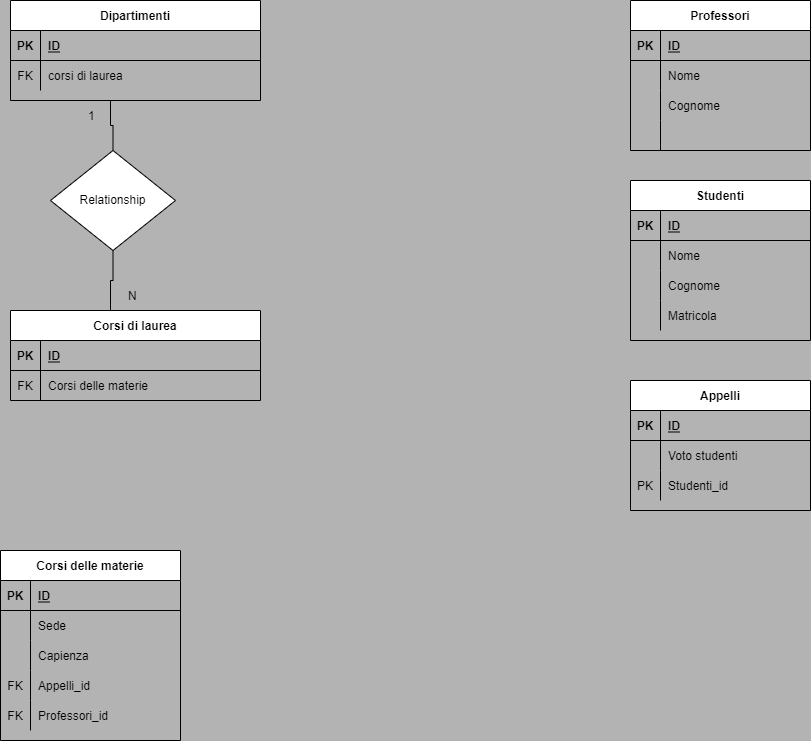
The draw.io diagram db-university.drawio.png in RosarioMazzocca/db-university, before a commit. Source tidied: cells renumbered, new cells last; positions are measured from the earlier drawing's top-left corner, leaving out a move shared by most shapes.
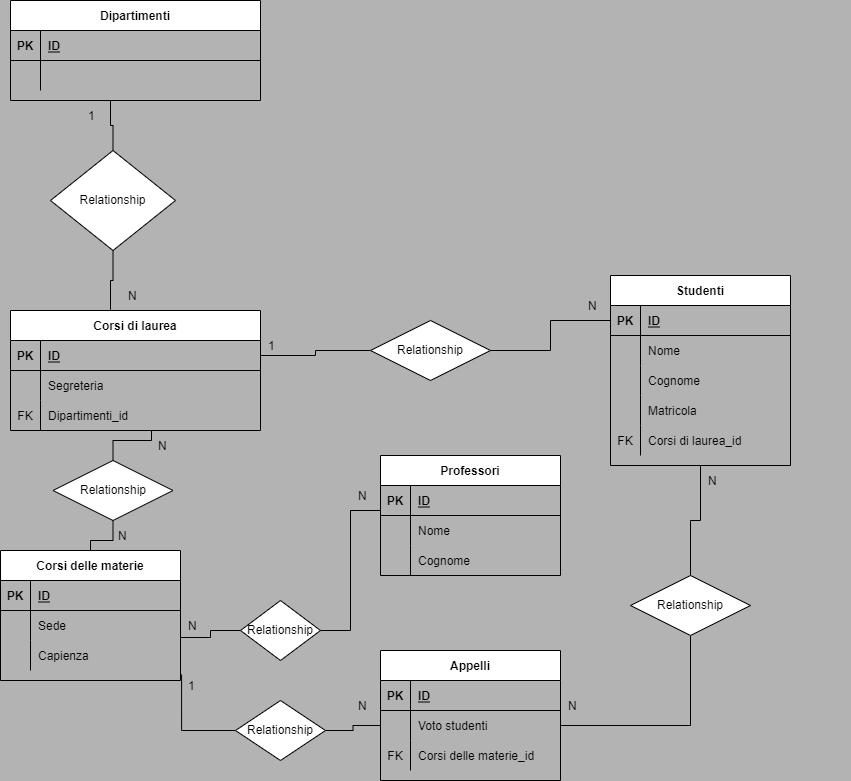
The same file after the commit.

Commit message:
Aggiornato e completato db-university.drawio.png

Change to the diagram source:
```diff
@@ -5,3 +5,3 @@
     <mxCell id="2" value="Corsi di laurea" style="shape=table;startSize=30;rowLines=0;fontStyle=1;align=center;" parent="1" vertex="1">
-      <mxGeometry x="10" y="310" width="250" height="90" as="geometry" />
+      <mxGeometry x="10" y="310" width="250" height="120" as="geometry" />
     </mxCell>
@@ -19,10 +19,19 @@
     </mxCell>
-    <mxCell id="7" value="FK" style="shape=partialRectangle;overflow=hidden;fillColor=none;top=0;left=0;bottom=0;right=0;" parent="6" vertex="1">
+    <mxCell id="7" style="shape=partialRectangle;overflow=hidden;fillColor=none;top=0;left=0;bottom=0;right=0;" parent="6" vertex="1">
       <mxGeometry width="30" height="30" as="geometry" />
     </mxCell>
-    <mxCell id="8" value="Corsi delle materie" style="shape=partialRectangle;overflow=hidden;fillColor=none;top=0;left=0;bottom=0;right=0;align=left;spacingLeft=6;" parent="6" vertex="1">
+    <mxCell id="8" value="Segreteria" style="shape=partialRectangle;overflow=hidden;fillColor=none;top=0;left=0;bottom=0;right=0;align=left;spacingLeft=6;" parent="6" vertex="1">
       <mxGeometry x="30" width="220" height="30" as="geometry" />
     </mxCell>
+    <mxCell id="79" style="shape=partialRectangle;fillColor=none;points=[[0,0.5],[1,0.5]];portConstraint=eastwest;top=0;left=0;right=0;bottom=0;" parent="2" vertex="1">
+      <mxGeometry y="90" width="250" height="30" as="geometry" />
+    </mxCell>
+    <mxCell id="80" value="FK" style="shape=partialRectangle;overflow=hidden;fillColor=none;top=0;left=0;bottom=0;right=0;" parent="79" vertex="1">
+      <mxGeometry width="30" height="30" as="geometry" />
+    </mxCell>
+    <mxCell id="81" value="Dipartimenti_id" style="shape=partialRectangle;overflow=hidden;fillColor=none;top=0;left=0;bottom=0;right=0;align=left;spacingLeft=6;" parent="79" vertex="1">
+      <mxGeometry x="30" width="220" height="30" as="geometry" />
+    </mxCell>
     <mxCell id="9" value="Studenti" style="shape=table;startSize=30;rowLines=0;fontStyle=1;align=center;" parent="1" vertex="1">
-      <mxGeometry x="630" y="180" width="180" height="160" as="geometry" />
+      <mxGeometry x="610" y="275" width="180" height="190" as="geometry" />
     </mxCell>
@@ -64,2 +73,11 @@
     </mxCell>
+    <mxCell id="82" style="shape=partialRectangle;fillColor=none;top=0;left=0;right=0;bottom=0;" parent="9" vertex="1">
+      <mxGeometry y="150" width="180" height="30" as="geometry" />
+    </mxCell>
+    <mxCell id="83" value="FK" style="shape=partialRectangle;overflow=hidden;fillColor=none;top=0;left=0;bottom=0;right=0;" parent="82" vertex="1">
+      <mxGeometry width="30" height="30" as="geometry" />
+    </mxCell>
+    <mxCell id="84" value="Corsi di laurea_id" style="shape=partialRectangle;overflow=hidden;fillColor=none;top=0;left=0;bottom=0;right=0;align=left;spacingLeft=6;" parent="82" vertex="1">
+      <mxGeometry x="30" width="150" height="30" as="geometry" />
+    </mxCell>
     <mxCell id="22" value="Dipartimenti" style="shape=table;startSize=30;rowLines=0;fontStyle=1;align=center;" parent="1" vertex="1">
@@ -79,6 +97,6 @@
     </mxCell>
-    <mxCell id="27" value="FK" style="shape=partialRectangle;overflow=hidden;fillColor=none;top=0;left=0;bottom=0;right=0;" parent="26" vertex="1">
+    <mxCell id="27" style="shape=partialRectangle;overflow=hidden;fillColor=none;top=0;left=0;bottom=0;right=0;" parent="26" vertex="1">
       <mxGeometry width="30" height="30" as="geometry" />
     </mxCell>
-    <mxCell id="28" value="corsi di laurea" style="shape=partialRectangle;overflow=hidden;fillColor=none;top=0;left=0;bottom=0;right=0;align=left;spacingLeft=6;" parent="26" vertex="1">
+    <mxCell id="28" style="shape=partialRectangle;overflow=hidden;fillColor=none;top=0;left=0;bottom=0;right=0;align=left;spacingLeft=6;" parent="26" vertex="1">
       <mxGeometry x="30" width="220" height="30" as="geometry" />
@@ -86,3 +104,3 @@
     <mxCell id="29" value="Professori" style="shape=table;startSize=30;rowLines=0;fontStyle=1;align=center;" parent="1" vertex="1">
-      <mxGeometry x="630" width="180" height="150" as="geometry" />
+      <mxGeometry x="380" y="455" width="180" height="120" as="geometry" />
     </mxCell>
@@ -115,13 +133,4 @@
     </mxCell>
-    <mxCell id="39" style="shape=partialRectangle;fillColor=none;top=0;left=0;bottom=0;right=0;" parent="29" vertex="1">
-      <mxGeometry y="120" width="180" height="30" as="geometry" />
-    </mxCell>
-    <mxCell id="40" style="shape=partialRectangle;fillColor=none;top=0;left=0;bottom=0;right=0;overflow=hidden;" parent="39" vertex="1">
-      <mxGeometry width="30" height="30" as="geometry" />
-    </mxCell>
-    <mxCell id="41" style="shape=partialRectangle;fillColor=none;top=0;left=0;bottom=0;right=0;align=left;spacingLeft=6;overflow=hidden;" parent="39" vertex="1">
-      <mxGeometry x="30" width="150" height="30" as="geometry" />
-    </mxCell>
     <mxCell id="42" value="Appelli" style="shape=table;startSize=30;rowLines=0;fontStyle=1;align=center;" parent="1" vertex="1">
-      <mxGeometry x="630" y="380" width="180" height="130" as="geometry" />
+      <mxGeometry x="380" y="650" width="180" height="130" as="geometry" />
     </mxCell>
@@ -148,10 +157,10 @@
     </mxCell>
-    <mxCell id="50" value="PK" style="shape=partialRectangle;fillColor=none;top=0;left=0;bottom=0;right=0;overflow=hidden;" parent="49" vertex="1">
-      <mxGeometry width="30" height="30" as="geometry" />
-    </mxCell>
-    <mxCell id="51" value="Studenti_id" style="shape=partialRectangle;fillColor=none;top=0;left=0;bottom=0;right=0;align=left;spacingLeft=6;overflow=hidden;" parent="49" vertex="1">
-      <mxGeometry x="30" width="150" height="30" as="geometry" />
-    </mxCell>
+    <mxCell id="85" value="FK" style="shape=partialRectangle;fillColor=none;top=0;left=0;bottom=0;right=0;overflow=hidden;" parent="49" vertex="1">
+      <mxGeometry width="30" height="30" as="geometry" />
+    </mxCell>
+    <mxCell id="86" value="Corsi delle materie_id" style="shape=partialRectangle;fillColor=none;top=0;left=0;bottom=0;right=0;align=left;spacingLeft=6;overflow=hidden;" parent="49" vertex="1">
+      <mxGeometry x="30" width="150" height="30" as="geometry" />
+    </mxCell>
     <mxCell id="52" value="Corsi delle materie" style="shape=table;startSize=30;rowLines=0;fontStyle=1;align=center;" parent="1" vertex="1">
-      <mxGeometry y="550" width="180" height="190" as="geometry" />
+      <mxGeometry y="550" width="180" height="130" as="geometry" />
     </mxCell>
@@ -184,20 +193,2 @@
     </mxCell>
-    <mxCell id="62" style="shape=partialRectangle;fillColor=none;top=0;left=0;bottom=0;right=0;" parent="52" vertex="1">
-      <mxGeometry y="120" width="180" height="30" as="geometry" />
-    </mxCell>
-    <mxCell id="63" value="FK" style="shape=partialRectangle;fillColor=none;top=0;left=0;bottom=0;right=0;overflow=hidden;" parent="62" vertex="1">
-      <mxGeometry width="30" height="30" as="geometry" />
-    </mxCell>
-    <mxCell id="64" value="Appelli_id" style="shape=partialRectangle;fillColor=none;top=0;left=0;bottom=0;right=0;align=left;spacingLeft=6;overflow=hidden;" parent="62" vertex="1">
-      <mxGeometry x="30" width="150" height="30" as="geometry" />
-    </mxCell>
-    <mxCell id="65" style="shape=partialRectangle;fillColor=none;top=0;left=0;bottom=0;right=0;" parent="52" vertex="1">
-      <mxGeometry y="150" width="180" height="30" as="geometry" />
-    </mxCell>
-    <mxCell id="66" value="FK" style="shape=partialRectangle;fillColor=none;top=0;left=0;bottom=0;right=0;overflow=hidden;" parent="65" vertex="1">
-      <mxGeometry width="30" height="30" as="geometry" />
-    </mxCell>
-    <mxCell id="67" value="Professori_id" style="shape=partialRectangle;fillColor=none;top=0;left=0;bottom=0;right=0;align=left;spacingLeft=6;overflow=hidden;" parent="65" vertex="1">
-      <mxGeometry x="30" width="150" height="30" as="geometry" />
-    </mxCell>
     <mxCell id="68" style="edgeStyle=orthogonalEdgeStyle;rounded=0;jettySize=auto;html=1;exitX=0.5;exitY=0;exitDx=0;exitDy=0;endArrow=none;endFill=0;" parent="1" edge="1" source="70">
@@ -237,2 +228,171 @@
     </mxCell>
+    <mxCell id="87" style="edgeStyle=orthogonalEdgeStyle;rounded=0;jettySize=auto;html=1;exitX=0;exitY=0.5;exitDx=0;exitDy=0;endArrow=none;endFill=0;" parent="1" edge="1" source="89">
+      <mxGeometry relative="1" as="geometry">
+        <mxPoint x="180" y="637" as="targetPoint" />
+      </mxGeometry>
+    </mxCell>
+    <mxCell id="88" style="edgeStyle=orthogonalEdgeStyle;rounded=0;jettySize=auto;html=1;exitX=1;exitY=0.5;exitDx=0;exitDy=0;entryX=0;entryY=0.833;entryDx=0;entryDy=0;entryPerimeter=0;endArrow=none;endFill=0;" parent="1" edge="1" source="89" target="30">
+      <mxGeometry relative="1" as="geometry" />
+    </mxCell>
+    <mxCell id="89" value="Relationship" style="shape=rhombus;perimeter=rhombusPerimeter;whiteSpace=wrap;html=1;align=center;" parent="1" vertex="1">
+      <mxGeometry x="240" y="600" width="80" height="60" as="geometry" />
+    </mxCell>
+    <mxCell id="90" style="shape=table;startSize=0;rowLines=0;fontStyle=0;align=center;strokeColor=none;fillColor=none;" parent="1" vertex="1">
+      <mxGeometry x="320" y="480" width="180" height="30" as="geometry" />
+    </mxCell>
+    <mxCell id="91" style="shape=partialRectangle;fillColor=none;top=0;left=0;bottom=0;right=0;" parent="90" vertex="1">
+      <mxGeometry width="180" height="30" as="geometry" />
+    </mxCell>
+    <mxCell id="92" style="shape=partialRectangle;fillColor=none;top=0;left=0;bottom=0;right=0;overflow=hidden;" parent="91" vertex="1">
+      <mxGeometry width="30" height="30" as="geometry" />
+    </mxCell>
+    <mxCell id="93" value="N" style="shape=partialRectangle;fillColor=none;top=0;left=0;bottom=0;right=0;align=left;spacingLeft=6;overflow=hidden;" parent="91" vertex="1">
+      <mxGeometry x="30" width="150" height="30" as="geometry" />
+    </mxCell>
+    <mxCell id="94" style="shape=table;startSize=0;rowLines=0;fontStyle=0;align=center;strokeColor=none;fillColor=none;" parent="1" vertex="1">
+      <mxGeometry x="150" y="610" width="180" height="30" as="geometry" />
+    </mxCell>
+    <mxCell id="95" style="shape=partialRectangle;fillColor=none;top=0;left=0;bottom=0;right=0;" parent="94" vertex="1">
+      <mxGeometry width="180" height="30" as="geometry" />
+    </mxCell>
+    <mxCell id="96" style="shape=partialRectangle;fillColor=none;top=0;left=0;bottom=0;right=0;overflow=hidden;" parent="95" vertex="1">
+      <mxGeometry width="30" height="30" as="geometry" />
+    </mxCell>
+    <mxCell id="97" value="N" style="shape=partialRectangle;fillColor=none;top=0;left=0;bottom=0;right=0;align=left;spacingLeft=6;overflow=hidden;" parent="95" vertex="1">
+      <mxGeometry x="30" width="150" height="30" as="geometry" />
+    </mxCell>
+    <mxCell id="98" style="edgeStyle=orthogonalEdgeStyle;rounded=0;jettySize=auto;html=1;exitX=0;exitY=0.5;exitDx=0;exitDy=0;entryX=1;entryY=0.5;entryDx=0;entryDy=0;endArrow=none;endFill=0;" parent="1" edge="1" source="100" target="3">
+      <mxGeometry relative="1" as="geometry" />
+    </mxCell>
+    <mxCell id="99" style="edgeStyle=orthogonalEdgeStyle;rounded=0;jettySize=auto;html=1;exitX=1;exitY=0.5;exitDx=0;exitDy=0;entryX=0;entryY=0.5;entryDx=0;entryDy=0;endArrow=none;endFill=0;" parent="1" edge="1" source="100" target="10">
+      <mxGeometry relative="1" as="geometry" />
+    </mxCell>
+    <mxCell id="100" value="Relationship" style="shape=rhombus;perimeter=rhombusPerimeter;whiteSpace=wrap;html=1;align=center;" parent="1" vertex="1">
+      <mxGeometry x="370" y="320" width="120" height="60" as="geometry" />
+    </mxCell>
+    <mxCell id="101" style="shape=table;startSize=0;rowLines=0;fontStyle=0;align=center;strokeColor=none;fillColor=none;" parent="1" vertex="1">
+      <mxGeometry x="230" y="330" width="180" height="30" as="geometry" />
+    </mxCell>
+    <mxCell id="102" style="shape=partialRectangle;fillColor=none;top=0;left=0;bottom=0;right=0;" parent="101" vertex="1">
+      <mxGeometry width="180" height="30" as="geometry" />
+    </mxCell>
+    <mxCell id="103" style="shape=partialRectangle;fillColor=none;top=0;left=0;bottom=0;right=0;overflow=hidden;" parent="102" vertex="1">
+      <mxGeometry width="30" height="30" as="geometry" />
+    </mxCell>
+    <mxCell id="104" value="1" style="shape=partialRectangle;fillColor=none;top=0;left=0;bottom=0;right=0;align=left;spacingLeft=6;overflow=hidden;" parent="102" vertex="1">
+      <mxGeometry x="30" width="150" height="30" as="geometry" />
+    </mxCell>
+    <mxCell id="105" style="shape=table;startSize=0;rowLines=0;fontStyle=0;align=center;strokeColor=none;fillColor=none;" parent="1" vertex="1">
+      <mxGeometry x="550" y="290" width="180" height="30" as="geometry" />
+    </mxCell>
+    <mxCell id="106" style="shape=partialRectangle;fillColor=none;top=0;left=0;bottom=0;right=0;" parent="105" vertex="1">
+      <mxGeometry width="180" height="30" as="geometry" />
+    </mxCell>
+    <mxCell id="107" style="shape=partialRectangle;fillColor=none;top=0;left=0;bottom=0;right=0;overflow=hidden;" parent="106" vertex="1">
+      <mxGeometry width="30" height="30" as="geometry" />
+    </mxCell>
+    <mxCell id="108" value="N" style="shape=partialRectangle;fillColor=none;top=0;left=0;bottom=0;right=0;align=left;spacingLeft=6;overflow=hidden;" parent="106" vertex="1">
+      <mxGeometry x="30" width="150" height="30" as="geometry" />
+    </mxCell>
+    <mxCell id="109" style="edgeStyle=orthogonalEdgeStyle;rounded=0;jettySize=auto;html=1;exitX=1;exitY=0.5;exitDx=0;exitDy=0;entryX=0;entryY=0.5;entryDx=0;entryDy=0;endArrow=none;endFill=0;" parent="1" edge="1" source="111" target="46">
+      <mxGeometry relative="1" as="geometry" />
+    </mxCell>
+    <mxCell id="110" style="edgeStyle=orthogonalEdgeStyle;rounded=0;jettySize=auto;html=1;exitX=0;exitY=0.5;exitDx=0;exitDy=0;entryX=1.006;entryY=0.133;entryDx=0;entryDy=0;entryPerimeter=0;endArrow=none;endFill=0;" parent="1" edge="1" source="111">
+      <mxGeometry relative="1" as="geometry">
+        <mxPoint x="181.1" y="674" as="targetPoint" />
+      </mxGeometry>
+    </mxCell>
+    <mxCell id="111" value="Relationship" style="shape=rhombus;perimeter=rhombusPerimeter;whiteSpace=wrap;html=1;align=center;" parent="1" vertex="1">
+      <mxGeometry x="235" y="700" width="90" height="60" as="geometry" />
+    </mxCell>
+    <mxCell id="112" style="shape=table;startSize=0;rowLines=0;fontStyle=0;align=center;strokeColor=none;fillColor=none;" parent="1" vertex="1">
+      <mxGeometry x="150" y="670" width="180" height="30" as="geometry" />
+    </mxCell>
+    <mxCell id="113" style="shape=partialRectangle;fillColor=none;top=0;left=0;bottom=0;right=0;" parent="112" vertex="1">
+      <mxGeometry width="180" height="30" as="geometry" />
+    </mxCell>
+    <mxCell id="114" style="shape=partialRectangle;fillColor=none;top=0;left=0;bottom=0;right=0;overflow=hidden;" parent="113" vertex="1">
+      <mxGeometry width="30" height="30" as="geometry" />
+    </mxCell>
+    <mxCell id="115" value="1" style="shape=partialRectangle;fillColor=none;top=0;left=0;bottom=0;right=0;align=left;spacingLeft=6;overflow=hidden;" parent="113" vertex="1">
+      <mxGeometry x="30" width="150" height="30" as="geometry" />
+    </mxCell>
+    <mxCell id="116" style="shape=table;startSize=0;rowLines=0;fontStyle=0;align=center;strokeColor=none;fillColor=none;" parent="1" vertex="1">
+      <mxGeometry x="320" y="690" width="180" height="30" as="geometry" />
+    </mxCell>
+    <mxCell id="117" style="shape=partialRectangle;fillColor=none;top=0;left=0;bottom=0;right=0;" parent="116" vertex="1">
+      <mxGeometry width="180" height="30" as="geometry" />
+    </mxCell>
+    <mxCell id="118" style="shape=partialRectangle;fillColor=none;top=0;left=0;bottom=0;right=0;overflow=hidden;" parent="117" vertex="1">
+      <mxGeometry width="30" height="30" as="geometry" />
+    </mxCell>
+    <mxCell id="119" value="N" style="shape=partialRectangle;fillColor=none;top=0;left=0;bottom=0;right=0;align=left;spacingLeft=6;overflow=hidden;" parent="117" vertex="1">
+      <mxGeometry x="30" width="150" height="30" as="geometry" />
+    </mxCell>
+    <mxCell id="120" style="edgeStyle=orthogonalEdgeStyle;rounded=0;jettySize=auto;html=1;exitX=0.5;exitY=0;exitDx=0;exitDy=0;endArrow=none;endFill=0;entryX=0.564;entryY=1;entryDx=0;entryDy=0;entryPerimeter=0;" parent="1" edge="1" source="122" target="79">
+      <mxGeometry relative="1" as="geometry" />
+    </mxCell>
+    <mxCell id="121" style="edgeStyle=orthogonalEdgeStyle;rounded=0;jettySize=auto;html=1;exitX=0.5;exitY=1;exitDx=0;exitDy=0;endArrow=none;endFill=0;" parent="1" edge="1" source="122" target="52">
+      <mxGeometry relative="1" as="geometry" />
+    </mxCell>
+    <mxCell id="122" value="Relationship" style="shape=rhombus;perimeter=rhombusPerimeter;whiteSpace=wrap;html=1;align=center;" parent="1" vertex="1">
+      <mxGeometry x="52.5" y="460" width="120" height="60" as="geometry" />
+    </mxCell>
+    <mxCell id="123" style="shape=table;startSize=0;rowLines=0;fontStyle=0;align=center;strokeColor=none;fillColor=none;" parent="1" vertex="1">
+      <mxGeometry x="120" y="430" width="180" height="30" as="geometry" />
+    </mxCell>
+    <mxCell id="124" style="shape=partialRectangle;fillColor=none;top=0;left=0;bottom=0;right=0;" parent="123" vertex="1">
+      <mxGeometry width="180" height="30" as="geometry" />
+    </mxCell>
+    <mxCell id="125" style="shape=partialRectangle;fillColor=none;top=0;left=0;bottom=0;right=0;overflow=hidden;" parent="124" vertex="1">
+      <mxGeometry width="30" height="30" as="geometry" />
+    </mxCell>
+    <mxCell id="126" value="N" style="shape=partialRectangle;fillColor=none;top=0;left=0;bottom=0;right=0;align=left;spacingLeft=6;overflow=hidden;" parent="124" vertex="1">
+      <mxGeometry x="30" width="150" height="30" as="geometry" />
+    </mxCell>
+    <mxCell id="127" style="shape=table;startSize=0;rowLines=0;fontStyle=0;align=center;strokeColor=none;fillColor=none;" parent="1" vertex="1">
+      <mxGeometry x="80" y="520" width="180" height="30" as="geometry" />
+    </mxCell>
+    <mxCell id="128" style="shape=partialRectangle;fillColor=none;top=0;left=0;bottom=0;right=0;" parent="127" vertex="1">
+      <mxGeometry width="180" height="30" as="geometry" />
+    </mxCell>
+    <mxCell id="129" style="shape=partialRectangle;fillColor=none;top=0;left=0;bottom=0;right=0;overflow=hidden;" parent="128" vertex="1">
+      <mxGeometry width="30" height="30" as="geometry" />
+    </mxCell>
+    <mxCell id="130" value="N" style="shape=partialRectangle;fillColor=none;top=0;left=0;bottom=0;right=0;align=left;spacingLeft=6;overflow=hidden;" parent="128" vertex="1">
+      <mxGeometry x="30" width="150" height="30" as="geometry" />
+    </mxCell>
+    <mxCell id="131" style="edgeStyle=orthogonalEdgeStyle;rounded=0;jettySize=auto;html=1;exitX=0.5;exitY=0;exitDx=0;exitDy=0;entryX=0.5;entryY=1;entryDx=0;entryDy=0;endArrow=none;endFill=0;" parent="1" edge="1" source="133" target="9">
+      <mxGeometry relative="1" as="geometry" />
+    </mxCell>
+    <mxCell id="132" style="edgeStyle=orthogonalEdgeStyle;rounded=0;jettySize=auto;html=1;exitX=0.5;exitY=1;exitDx=0;exitDy=0;entryX=1;entryY=0.5;entryDx=0;entryDy=0;endArrow=none;endFill=0;" parent="1" edge="1" source="133" target="46">
+      <mxGeometry relative="1" as="geometry" />
+    </mxCell>
+    <mxCell id="133" value="Relationship" style="shape=rhombus;perimeter=rhombusPerimeter;whiteSpace=wrap;html=1;align=center;" parent="1" vertex="1">
+      <mxGeometry x="630" y="575" width="120" height="60" as="geometry" />
+    </mxCell>
+    <mxCell id="134" style="shape=table;startSize=0;rowLines=0;fontStyle=0;align=center;strokeColor=none;fillColor=none;" parent="1" vertex="1">
+      <mxGeometry x="530" y="690" width="180" height="30" as="geometry" />
+    </mxCell>
+    <mxCell id="135" style="shape=partialRectangle;fillColor=none;top=0;left=0;bottom=0;right=0;" parent="134" vertex="1">
+      <mxGeometry width="180" height="30" as="geometry" />
+    </mxCell>
+    <mxCell id="136" style="shape=partialRectangle;fillColor=none;top=0;left=0;bottom=0;right=0;overflow=hidden;" parent="135" vertex="1">
+      <mxGeometry width="30" height="30" as="geometry" />
+    </mxCell>
+    <mxCell id="137" value="N" style="shape=partialRectangle;fillColor=none;top=0;left=0;bottom=0;right=0;align=left;spacingLeft=6;overflow=hidden;" parent="135" vertex="1">
+      <mxGeometry x="30" width="150" height="30" as="geometry" />
+    </mxCell>
+    <mxCell id="138" style="shape=table;startSize=0;rowLines=0;fontStyle=0;align=center;strokeColor=none;fillColor=none;" parent="1" vertex="1">
+      <mxGeometry x="670" y="465" width="180" height="30" as="geometry" />
+    </mxCell>
+    <mxCell id="139" style="shape=partialRectangle;fillColor=none;top=0;left=0;bottom=0;right=0;" parent="138" vertex="1">
+      <mxGeometry width="180" height="30" as="geometry" />
+    </mxCell>
+    <mxCell id="140" style="shape=partialRectangle;fillColor=none;top=0;left=0;bottom=0;right=0;overflow=hidden;" parent="139" vertex="1">
+      <mxGeometry width="30" height="30" as="geometry" />
+    </mxCell>
+    <mxCell id="141" value="N" style="shape=partialRectangle;fillColor=none;top=0;left=0;bottom=0;right=0;align=left;spacingLeft=6;overflow=hidden;" parent="139" vertex="1">
+      <mxGeometry x="30" width="150" height="30" as="geometry" />
+    </mxCell>
   </root>
```
